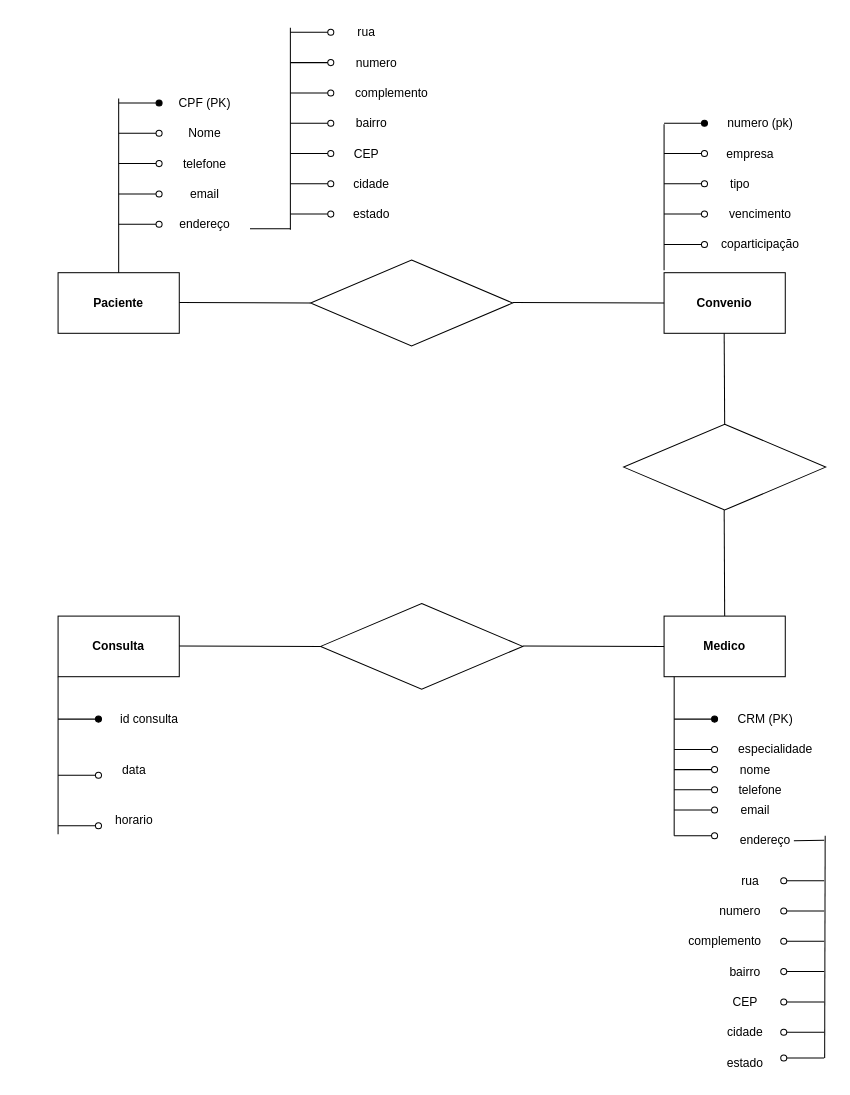
The draw.io diagram Diagrama sem nome.drawio in jonovackk/sites-para-estudo, before the edit. Source tidied: cells renumbered, new cells numbered last; positions are measured from the earlier drawing's top-left corner, leaving out a move shared by most shapes. Both pictures are drawn from the tidied source at 101%, with x=0, y=0 at pixel (58, 17).
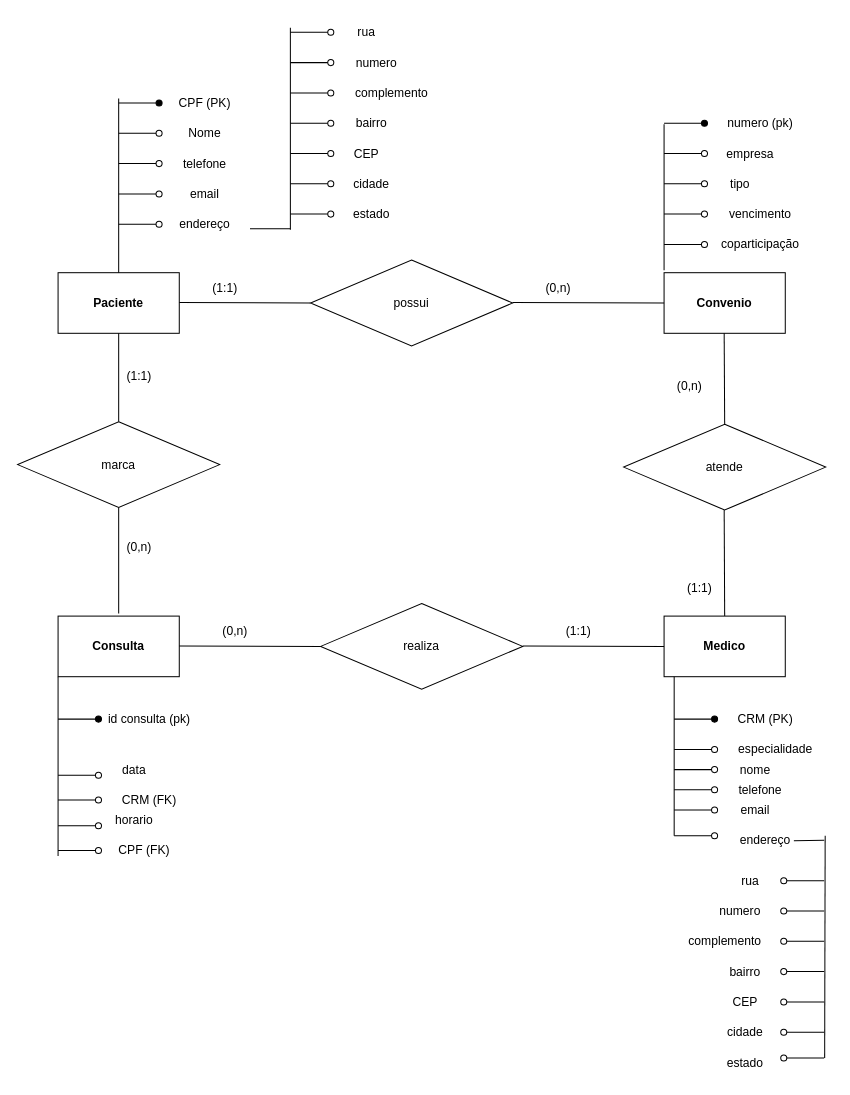
The same page after the edit.

The change refers to these unchanged cells:
```xml
<mxCell id="5" value="Paciente" style="rounded=0;whiteSpace=wrap;html=1;fontStyle=1;" parent="1" vertex="1">
  <mxGeometry y="252.5" width="120" height="60" as="geometry" />
</mxCell>
```

Diff of the diagram source:
```diff
@@
-    <mxCell id="6" style="rhombus;whiteSpace=wrap;html=1;" parent="1" vertex="1">
+    <mxCell id="6" value="possui" style="rhombus;whiteSpace=wrap;html=1;" parent="1" vertex="1">
       <mxGeometry x="250" y="240" width="200" height="85" as="geometry" />
     </mxCell>
-    <mxCell id="7" style="rhombus;whiteSpace=wrap;html=1;" parent="1" vertex="1">
+    <mxCell id="7" value="atende" style="rhombus;whiteSpace=wrap;html=1;" parent="1" vertex="1">
       <mxGeometry x="560" y="402.5" width="200" height="85" as="geometry" />
     </mxCell>
-    <mxCell id="8" style="rhombus;whiteSpace=wrap;html=1;" parent="1" vertex="1">
+    <mxCell id="8" value="realiza" style="rhombus;whiteSpace=wrap;html=1;" parent="1" vertex="1">
       <mxGeometry x="260" y="580" width="200" height="85" as="geometry" />
     </mxCell>
@@
     <mxCell id="82" style="endArrow=none;html=1;rounded=0;fontSize=12;startSize=8;endSize=8;curved=1;entryX=0.058;entryY=1.025;entryDx=0;entryDy=0;entryPerimeter=0;" parent="1" edge="1">
       <mxGeometry relative="1" as="geometry">
-        <mxPoint y="808.5" as="sourcePoint" />
+        <mxPoint y="830" as="sourcePoint" />
         <mxPoint y="652.5" as="targetPoint" />
       </mxGeometry>
     </mxCell>
@@
-    <mxCell id="86" value="id consulta" style="text;html=1;align=center;verticalAlign=middle;strokeColor=none;fillColor=none;" parent="1" vertex="1">
-      <mxGeometry x="50" y="680" width="80" height="30" as="geometry" />
+    <mxCell id="86" value="id consulta (pk)" style="text;html=1;align=center;verticalAlign=middle;strokeColor=none;fillColor=none;" parent="1" vertex="1">
+      <mxGeometry x="40" y="680" width="100" height="30" as="geometry" />
     </mxCell>
@@
+    <mxCell id="89" style="endArrow=none;html=1;rounded=0;entryX=0.5;entryY=1;entryDx=0;entryDy=0;" parent="1" edge="1" source="91" target="5">
+      <mxGeometry relative="1" as="geometry" />
+    </mxCell>
+    <mxCell id="90" style="endArrow=none;html=1;rounded=0;entryX=0.5;entryY=1;entryDx=0;entryDy=0;" parent="1" edge="1" target="91">
+      <mxGeometry relative="1" as="geometry">
+        <mxPoint x="60" y="590" as="sourcePoint" />
+      </mxGeometry>
+    </mxCell>
+    <mxCell id="91" value="marca" style="rhombus;whiteSpace=wrap;html=1;rotation=0;" parent="1" vertex="1">
+      <mxGeometry x="-40" y="400" width="200" height="85" as="geometry" />
+    </mxCell>
+    <mxCell id="92" value="(0,n)" style="text;html=1;align=center;verticalAlign=middle;strokeColor=none;fillColor=none;" parent="1" vertex="1">
+      <mxGeometry x="150" y="592.5" width="50" height="30" as="geometry" />
+    </mxCell>
+    <mxCell id="93" value="(1:1)" style="text;html=1;align=center;verticalAlign=middle;strokeColor=none;fillColor=none;" parent="1" vertex="1">
+      <mxGeometry x="490" y="592.5" width="50" height="30" as="geometry" />
+    </mxCell>
+    <mxCell id="94" value="(1:1)" style="text;html=1;align=center;verticalAlign=middle;strokeColor=none;fillColor=none;" parent="1" vertex="1">
+      <mxGeometry x="140" y="252.5" width="50" height="30" as="geometry" />
+    </mxCell>
+    <mxCell id="95" value="(0,n)" style="text;html=1;align=center;verticalAlign=middle;strokeColor=none;fillColor=none;" parent="1" vertex="1">
+      <mxGeometry x="470" y="252.5" width="50" height="30" as="geometry" />
+    </mxCell>
+    <mxCell id="96" value="(1:1)" style="text;html=1;align=center;verticalAlign=middle;strokeColor=none;fillColor=none;" parent="1" vertex="1">
+      <mxGeometry x="610" y="550" width="50" height="30" as="geometry" />
+    </mxCell>
+    <mxCell id="97" value="(0,n)" style="text;html=1;align=center;verticalAlign=middle;strokeColor=none;fillColor=none;" parent="1" vertex="1">
+      <mxGeometry x="600" y="350" width="50" height="30" as="geometry" />
+    </mxCell>
+    <mxCell id="98" value="(1:1)" style="text;html=1;align=center;verticalAlign=middle;strokeColor=none;fillColor=none;" parent="1" vertex="1">
+      <mxGeometry x="55" y="340" width="50" height="30" as="geometry" />
+    </mxCell>
+    <mxCell id="99" value="(0,n)" style="text;html=1;align=center;verticalAlign=middle;strokeColor=none;fillColor=none;" parent="1" vertex="1">
+      <mxGeometry x="55" y="510" width="50" height="30" as="geometry" />
+    </mxCell>
+    <mxCell id="100" style="endArrow=none;html=1;rounded=0;startArrow=oval;startFill=0;" parent="1" edge="1">
+      <mxGeometry relative="1" as="geometry">
+        <mxPoint x="40" y="774.5" as="sourcePoint" />
+        <mxPoint y="774.5" as="targetPoint" />
+      </mxGeometry>
+    </mxCell>
+    <mxCell id="101" value="CRM (FK)" style="text;html=1;align=center;verticalAlign=middle;strokeColor=none;fillColor=none;" parent="1" vertex="1">
+      <mxGeometry x="50" y="760" width="80" height="30" as="geometry" />
+    </mxCell>
+    <mxCell id="102" style="endArrow=none;html=1;rounded=0;startArrow=oval;startFill=0;" parent="1" edge="1">
+      <mxGeometry relative="1" as="geometry">
+        <mxPoint x="40" y="824.5" as="sourcePoint" />
+        <mxPoint y="824.5" as="targetPoint" />
+      </mxGeometry>
+    </mxCell>
+    <mxCell id="103" value="CPF (FK)" style="text;html=1;align=center;verticalAlign=middle;strokeColor=none;fillColor=none;" parent="1" vertex="1">
+      <mxGeometry x="50" y="810" width="70" height="30" as="geometry" />
+    </mxCell>
```
